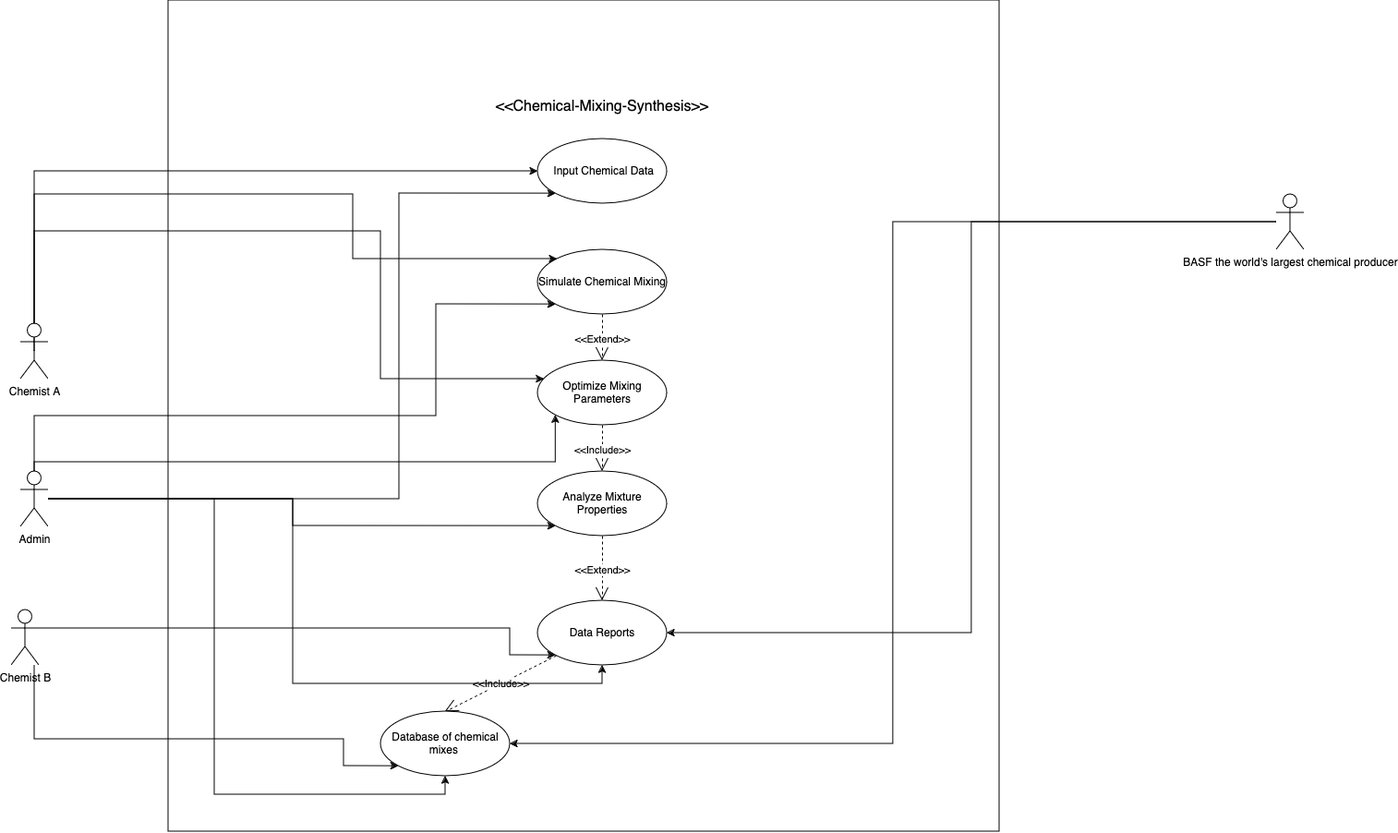
This is use-case.png from a-l-a-z-a-r/Chemical-Mixing-Data-Synthesis, a draw.io export, as it was before one commit. Source tidied: cells renumbered, new cells last; positions are measured from the earlier drawing's top-left corner, leaving out a move shared by most shapes.
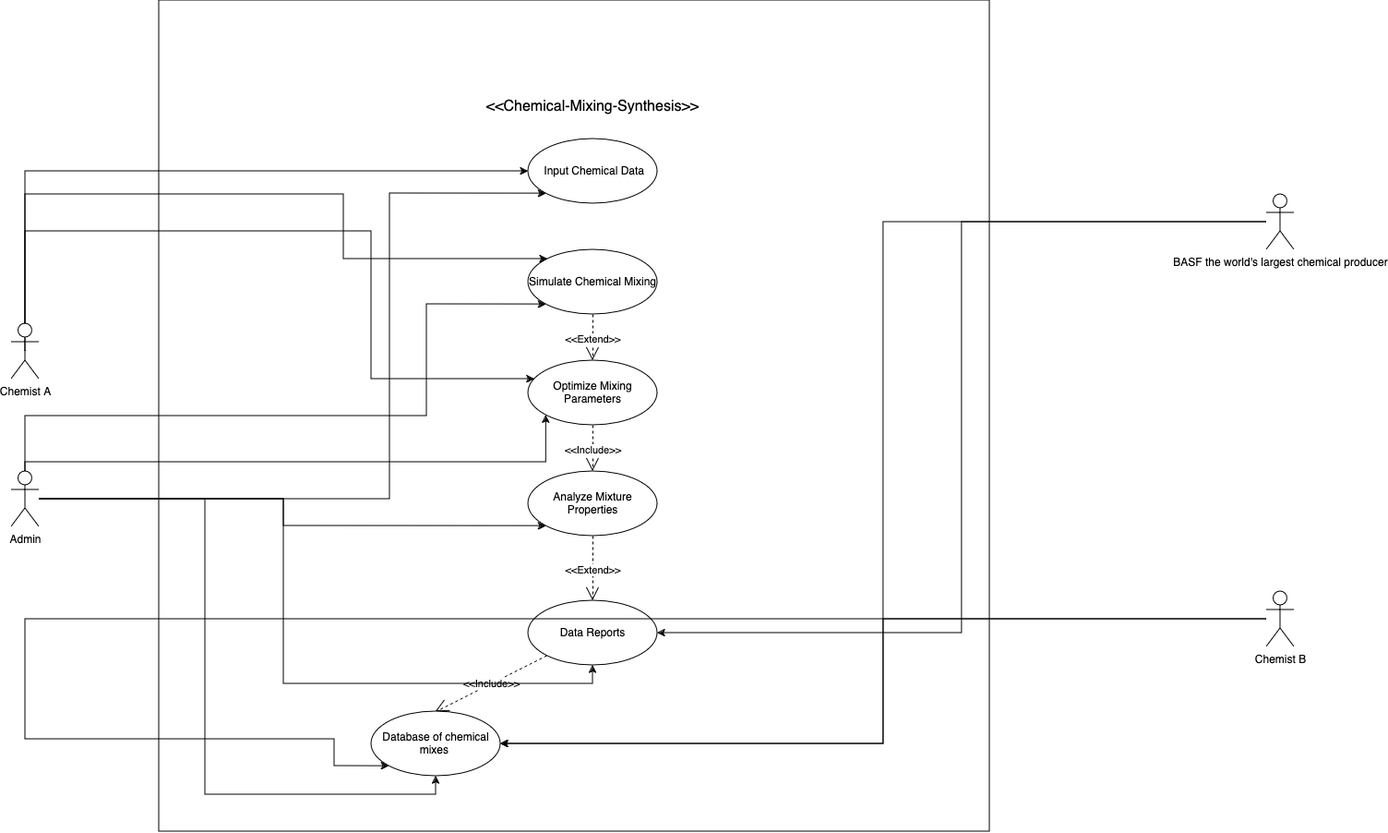
After the change.

What changed in the source:
```diff
@@ -81,17 +81,11 @@
         </Array>
       </mxGeometry>
     </mxCell>
-    <mxCell id="21" style="edgeStyle=orthogonalEdgeStyle;rounded=0;jettySize=auto;html=1;entryX=0;entryY=1;entryDx=0;entryDy=0;" parent="1" edge="1" source="22" target="14">
-      <mxGeometry relative="1" as="geometry">
-        <Array as="points">
-          <mxPoint x="25" y="680" />
-          <mxPoint x="540" y="680" />
-          <mxPoint x="540" y="710" />
-        </Array>
-      </mxGeometry>
-    </mxCell>
+    <mxCell id="31" style="edgeStyle=orthogonalEdgeStyle;rounded=0;jettySize=auto;html=1;entryX=1;entryY=0.5;entryDx=0;entryDy=0;" parent="1" edge="1" source="22" target="19">
+      <mxGeometry relative="1" as="geometry" />
+    </mxCell>
     <mxCell id="22" value="Chemist B" style="shape=umlActor;verticalLabelPosition=bottom;verticalAlign=top;html=1;" parent="1" vertex="1">
-      <mxGeometry y="660" width="30" height="60" as="geometry" />
+      <mxGeometry x="1370" y="640" width="30" height="60" as="geometry" />
     </mxCell>
     <mxCell id="23" value="&amp;lt;&amp;lt;Include&amp;gt;&amp;gt; " style="endArrow=open;endSize=12;dashed=1;html=1;rounded=0;entryX=0.5;entryY=0;entryDx=0;entryDy=0;" parent="1" edge="1" source="14" target="19">
       <mxGeometry relative="1" as="geometry" />
```
